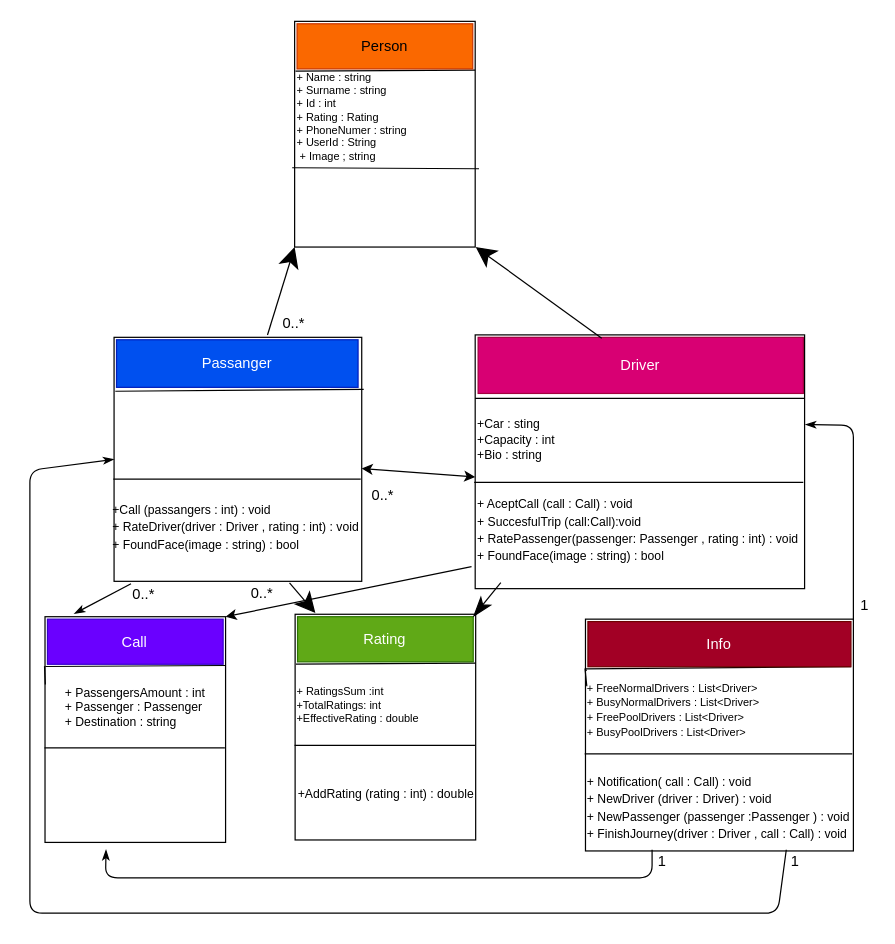
Before: DiagramasUml.drawio in bugarin03/PII_TwitterApi, a draw.io diagram. Source tidied: cells renumbered, new cells numbered last; positions are measured from the earlier drawing's top-left corner, leaving out a move shared by most shapes. Both pictures are drawn from the tidied source at 122%, with x=0, y=0 at pixel (29, 21).
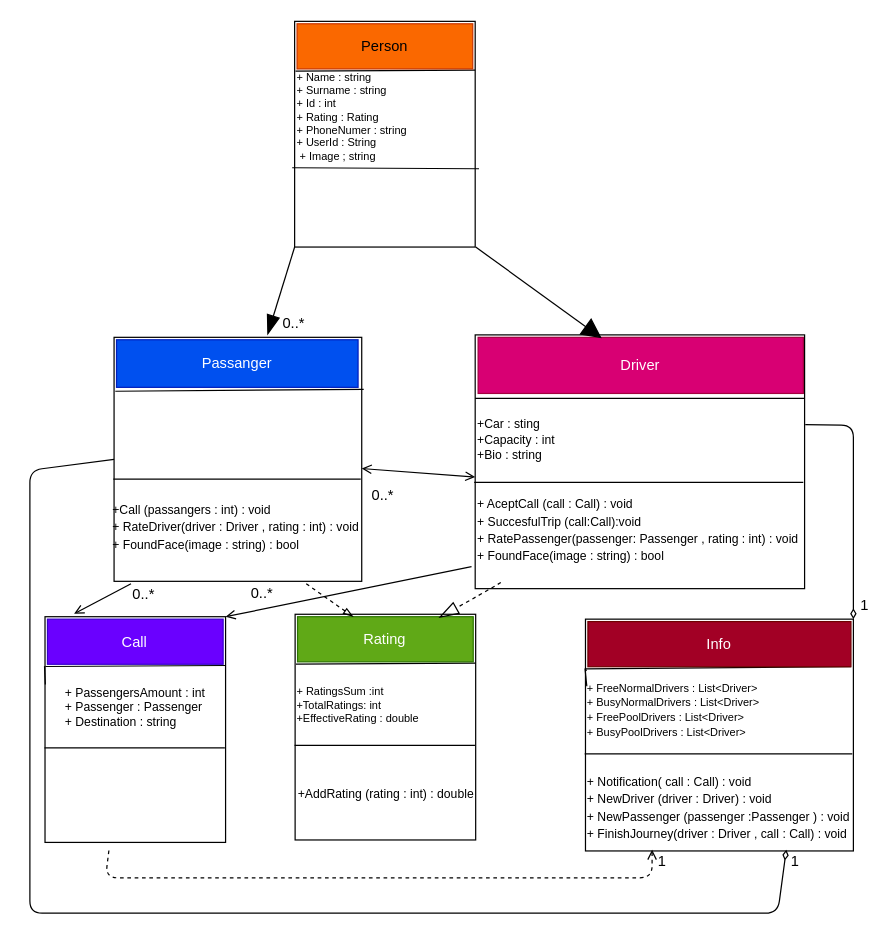
The same diagram, later.

Unchanged cells that the change refers to:
```xml
<mxCell id="2" value="&lt;div style=&quot;text-align: left;&quot;&gt;&lt;br&gt;&lt;/div&gt;" style="rounded=0;whiteSpace=wrap;html=1;hachureGap=4;gradientColor=none;fillColor=default;" parent="1" vertex="1">
  <mxGeometry x="217" width="148" height="185" as="geometry" />
</mxCell>
<mxCell id="8" style="rounded=0;whiteSpace=wrap;html=1;hachureGap=4;gradientColor=none;fillColor=default;" parent="1" vertex="1">
  <mxGeometry x="69" y="259" width="203" height="200" as="geometry" />
</mxCell>
<mxCell id="10" value="Passanger" style="text;strokeColor=#001DBC;fillColor=#0050ef;html=1;align=center;verticalAlign=middle;whiteSpace=wrap;rounded=0;hachureGap=4;fontColor=#ffffff;" parent="1" vertex="1">
  <mxGeometry x="71" y="261" width="198" height="39" as="geometry" />
</mxCell>
<mxCell id="14" value="Driver" style="text;strokeColor=#A50040;fillColor=#d80073;html=1;align=center;verticalAlign=middle;whiteSpace=wrap;rounded=0;hachureGap=4;fontColor=#ffffff;" parent="1" vertex="1">
  <mxGeometry x="367.4" y="259" width="266.6" height="46" as="geometry" />
</mxCell>
<mxCell id="20" value="Rating" style="text;strokeColor=#2D7600;fillColor=#60a917;html=1;align=center;verticalAlign=middle;whiteSpace=wrap;rounded=0;hachureGap=4;fontColor=#ffffff;" parent="1" vertex="1">
  <mxGeometry x="219.4" y="488" width="144" height="37" as="geometry" />
</mxCell>
<mxCell id="25" value="&lt;div&gt;&lt;font style=&quot;font-size: 10px&quot;&gt;+Call (passangers : int) : void&lt;/font&gt;&lt;/div&gt;&lt;div&gt;&lt;font style=&quot;font-size: 10px&quot;&gt;+ RateDriver(driver : Driver , rating : int) : void&lt;/font&gt;&lt;/div&gt;&lt;div&gt;&lt;font style=&quot;font-size: 10px&quot;&gt;+ FoundFace(image : string) : bool&lt;/font&gt;&lt;/div&gt;" style="text;html=1;strokeColor=none;fillColor=none;align=left;verticalAlign=middle;whiteSpace=wrap;rounded=0;" parent="1" vertex="1">
  <mxGeometry x="66" y="366" width="214" height="95" as="geometry" />
</mxCell>
<mxCell id="28" value="&lt;div&gt;&lt;span style=&quot;font-size: 10px&quot;&gt;+Car : sting&amp;nbsp;&lt;/span&gt;&lt;br&gt;&lt;/div&gt;&lt;div&gt;&lt;font style=&quot;font-size: 10px&quot;&gt;&lt;div&gt;+Capacity : int&lt;/div&gt;&lt;div&gt;+Bio : string&lt;/div&gt;&lt;div&gt;&lt;br style=&quot;font-size: 12px&quot;&gt;&lt;/div&gt;&lt;/font&gt;&lt;/div&gt;&lt;div&gt;&lt;font style=&quot;font-size: 10px&quot;&gt;&lt;br&gt;&lt;/font&gt;&lt;/div&gt;&lt;div&gt;&lt;font style=&quot;font-size: 10px&quot;&gt;+ AceptCall (call : Call) : void&lt;/font&gt;&lt;/div&gt;&lt;div&gt;&lt;font style=&quot;font-size: 10px&quot;&gt;+ SuccesfulTrip (call:Call):void&lt;/font&gt;&lt;/div&gt;&lt;span style=&quot;font-size: 10px&quot;&gt;+ RatePassenger(passenger: Passenger , rating : int) : void&lt;br&gt;&lt;/span&gt;&lt;span style=&quot;font-size: 10px&quot;&gt;+ FoundFace(image : string) : bool&lt;/span&gt;" style="text;html=1;strokeColor=none;fillColor=none;align=left;verticalAlign=middle;whiteSpace=wrap;rounded=0;" parent="1" vertex="1">
  <mxGeometry x="365" y="307" width="270" height="153" as="geometry" />
</mxCell>
<mxCell id="30" style="rounded=0;whiteSpace=wrap;html=1;hachureGap=4;gradientColor=none;fillColor=default;" parent="1" vertex="1">
  <mxGeometry x="455.4" y="490" width="219.6" height="190" as="geometry" />
</mxCell>
<mxCell id="37" value="&lt;span style=&quot;font-size: 10px&quot;&gt;+ Notification( call : Call) : void&lt;br&gt;+ NewDriver (driver : Driver) : void&lt;br&gt;&lt;/span&gt;&lt;span style=&quot;font-size: 10px&quot;&gt;+ NewPassenger (passenger :Passenger ) : void&lt;/span&gt;&lt;span style=&quot;font-size: 10px&quot;&gt;&lt;br&gt;+ FinishJourney(driver : Driver , call : Call) : void&lt;br&gt;&lt;/span&gt;" style="text;html=1;strokeColor=none;fillColor=none;align=left;verticalAlign=middle;whiteSpace=wrap;rounded=0;" parent="1" vertex="1">
  <mxGeometry x="455" y="608" width="220" height="71" as="geometry" />
</mxCell>
<mxCell id="41" style="rounded=0;whiteSpace=wrap;html=1;hachureGap=4;gradientColor=none;fillColor=default;" parent="1" vertex="1">
  <mxGeometry x="12.4" y="488" width="148" height="185" as="geometry" />
</mxCell>
```

The edit, as a diff of the source:
```diff
@@
-    <mxCell id="3" style="edgeStyle=none;jettySize=auto;html=1;rounded=0;endArrow=classic;startSize=14;endSize=14;sourcePerimeterSpacing=8;targetPerimeterSpacing=8;curved=1;entryX=0;entryY=1;entryDx=0;entryDy=0;endFill=1;exitX=0.625;exitY=-0.1;exitDx=0;exitDy=0;exitPerimeter=0;" parent="1" edge="1" source="10" target="2">
+    <mxCell id="3" style="edgeStyle=none;jettySize=auto;html=1;rounded=0;endArrow=none;startSize=14;endSize=14;sourcePerimeterSpacing=8;targetPerimeterSpacing=8;curved=1;entryX=0;entryY=1;entryDx=0;entryDy=0;endFill=0;exitX=0.625;exitY=-0.1;exitDx=0;exitDy=0;exitPerimeter=0;startArrow=blockThin;startFill=1;" parent="1" edge="1" source="10" target="2">
       <mxGeometry relative="1" as="geometry" />
     </mxCell>
@@
-    <mxCell id="7" style="edgeStyle=none;html=1;startArrow=classic;startFill=1;" parent="1" edge="1" source="8" target="28">
+    <mxCell id="7" style="edgeStyle=none;html=1;startArrow=open;startFill=0;endArrow=open;endFill=0;" parent="1" edge="1" source="8" target="28">
       <mxGeometry relative="1" as="geometry" />
     </mxCell>
@@
-    <mxCell id="16" style="edgeStyle=none;jettySize=auto;html=1;rounded=0;endArrow=classic;startSize=14;endSize=14;sourcePerimeterSpacing=8;targetPerimeterSpacing=8;curved=1;entryX=0;entryY=1;entryDx=0;entryDy=0;endFill=1;exitX=0.38;exitY=0.015;exitDx=0;exitDy=0;exitPerimeter=0;" parent="1" edge="1" source="14">
+    <mxCell id="16" style="edgeStyle=none;jettySize=auto;html=1;rounded=0;endArrow=none;startSize=14;endSize=14;sourcePerimeterSpacing=8;targetPerimeterSpacing=8;curved=1;entryX=0;entryY=1;entryDx=0;entryDy=0;endFill=0;exitX=0.38;exitY=0.015;exitDx=0;exitDy=0;exitPerimeter=0;startArrow=block;startFill=1;" parent="1" edge="1" source="14">
       <mxGeometry relative="1" as="geometry">
         <mxPoint x="365.4" y="185" as="targetPoint" />
       </mxGeometry>
     </mxCell>
@@
-    <mxCell id="22" style="edgeStyle=none;jettySize=auto;html=1;rounded=0;endArrow=classic;startSize=14;endSize=14;sourcePerimeterSpacing=8;targetPerimeterSpacing=8;curved=1;endFill=1;exitX=0.686;exitY=0.992;exitDx=0;exitDy=0;exitPerimeter=0;" parent="1" edge="1" source="25">
+    <mxCell id="22" style="edgeStyle=none;jettySize=auto;html=1;rounded=0;endArrow=diamondThin;startSize=14;endSize=14;sourcePerimeterSpacing=8;targetPerimeterSpacing=8;curved=1;endFill=0;exitX=0.686;exitY=0.992;exitDx=0;exitDy=0;exitPerimeter=0;startArrow=open;startFill=0;strokeColor=none;" parent="1" edge="1" source="25">
       <mxGeometry relative="1" as="geometry">
         <mxPoint x="234" y="485" as="targetPoint" />
       </mxGeometry>
     </mxCell>
-    <mxCell id="23" style="edgeStyle=none;jettySize=auto;html=1;rounded=0;endArrow=classicThin;startSize=14;endSize=14;sourcePerimeterSpacing=8;targetPerimeterSpacing=8;curved=1;endFill=1;entryX=1;entryY=0;entryDx=0;entryDy=0;" parent="1" edge="1" target="20">
+    <mxCell id="23" style="edgeStyle=none;jettySize=auto;html=1;rounded=0;endArrow=blockThin;startSize=14;endSize=14;sourcePerimeterSpacing=8;targetPerimeterSpacing=8;curved=1;endFill=0;entryX=0.805;entryY=0.021;entryDx=0;entryDy=0;entryPerimeter=0;dashed=1;" parent="1" edge="1" target="20">
       <mxGeometry relative="1" as="geometry">
         <mxPoint x="386" y="460" as="sourcePoint" />
+        <Array as="points">
+          <mxPoint x="369" y="470" />
+        </Array>
       </mxGeometry>
     </mxCell>
-    <mxCell id="24" style="edgeStyle=none;html=1;startArrow=none;startFill=0;endArrow=classicThin;endFill=1;entryX=0.161;entryY=-0.013;entryDx=0;entryDy=0;entryPerimeter=0;" parent="1" edge="1" source="25" target="41">
+    <mxCell id="24" style="edgeStyle=none;html=1;startArrow=none;startFill=0;endArrow=open;endFill=0;entryX=0.161;entryY=-0.013;entryDx=0;entryDy=0;entryPerimeter=0;" parent="1" edge="1" source="25" target="41">
       <mxGeometry relative="1" as="geometry" />
     </mxCell>
+    <mxCell id="55" style="edgeStyle=none;html=1;exitX=0.75;exitY=1;exitDx=0;exitDy=0;startArrow=none;startFill=0;endArrow=blockThin;endFill=0;dashed=1;" parent="1" edge="1" source="25" target="20">
+      <mxGeometry relative="1" as="geometry" />
+    </mxCell>
@@
-    <mxCell id="29" style="edgeStyle=none;html=1;exitX=1;exitY=0;exitDx=0;exitDy=0;entryX=1.002;entryY=0.154;entryDx=0;entryDy=0;entryPerimeter=0;startArrow=none;startFill=0;endArrow=classicThin;endFill=1;" parent="1" edge="1" source="30" target="28">
+    <mxCell id="29" style="edgeStyle=none;html=1;exitX=1;exitY=0;exitDx=0;exitDy=0;entryX=1.002;entryY=0.154;entryDx=0;entryDy=0;entryPerimeter=0;startArrow=diamondThin;startFill=0;endArrow=none;endFill=0;" parent="1" edge="1" source="30" target="28">
       <mxGeometry relative="1" as="geometry">
         <Array as="points">
           <mxPoint x="675" y="331" />
         </Array>
       </mxGeometry>
     </mxCell>
@@
-    <mxCell id="35" style="edgeStyle=none;html=1;exitX=0.25;exitY=1;exitDx=0;exitDy=0;startArrow=none;startFill=0;endArrow=classicThin;endFill=1;" parent="1" edge="1" source="37">
+    <mxCell id="35" style="edgeStyle=none;html=1;exitX=0.25;exitY=1;exitDx=0;exitDy=0;startArrow=open;startFill=0;endArrow=none;endFill=0;entryX=0.355;entryY=1.028;entryDx=0;entryDy=0;entryPerimeter=0;dashed=1;" parent="1" edge="1" source="37" target="41">
       <mxGeometry relative="1" as="geometry">
-        <mxPoint x="62.4" y="678.8" as="targetPoint" />
         <Array as="points">
           <mxPoint x="510" y="702" />
           <mxPoint x="62" y="702" />
         </Array>
       </mxGeometry>
     </mxCell>
-    <mxCell id="36" style="edgeStyle=none;html=1;exitX=0.75;exitY=1;exitDx=0;exitDy=0;entryX=0;entryY=0.5;entryDx=0;entryDy=0;startArrow=none;startFill=0;endArrow=classicThin;endFill=1;" parent="1" edge="1" source="37" target="8">
+    <mxCell id="36" style="edgeStyle=none;html=1;exitX=0.75;exitY=1;exitDx=0;exitDy=0;entryX=0;entryY=0.5;entryDx=0;entryDy=0;startArrow=diamondThin;startFill=0;endArrow=none;endFill=0;" parent="1" edge="1" source="37" target="8">
       <mxGeometry relative="1" as="geometry">
         <Array as="points">
           <mxPoint x="613" y="731" />
           <mxPoint y="731" />
           <mxPoint y="368" />
         </Array>
       </mxGeometry>
     </mxCell>
@@
-    <mxCell id="40" style="edgeStyle=none;html=1;exitX=1;exitY=0;exitDx=0;exitDy=0;endArrow=none;endFill=0;startArrow=classic;startFill=1;" parent="1" edge="1" source="41">
+    <mxCell id="40" style="edgeStyle=none;html=1;exitX=1;exitY=0;exitDx=0;exitDy=0;endArrow=none;endFill=0;startArrow=open;startFill=0;" parent="1" edge="1" source="41">
       <mxGeometry relative="1" as="geometry">
         <mxPoint x="362" y="447" as="targetPoint" />
       </mxGeometry>
     </mxCell>
```
